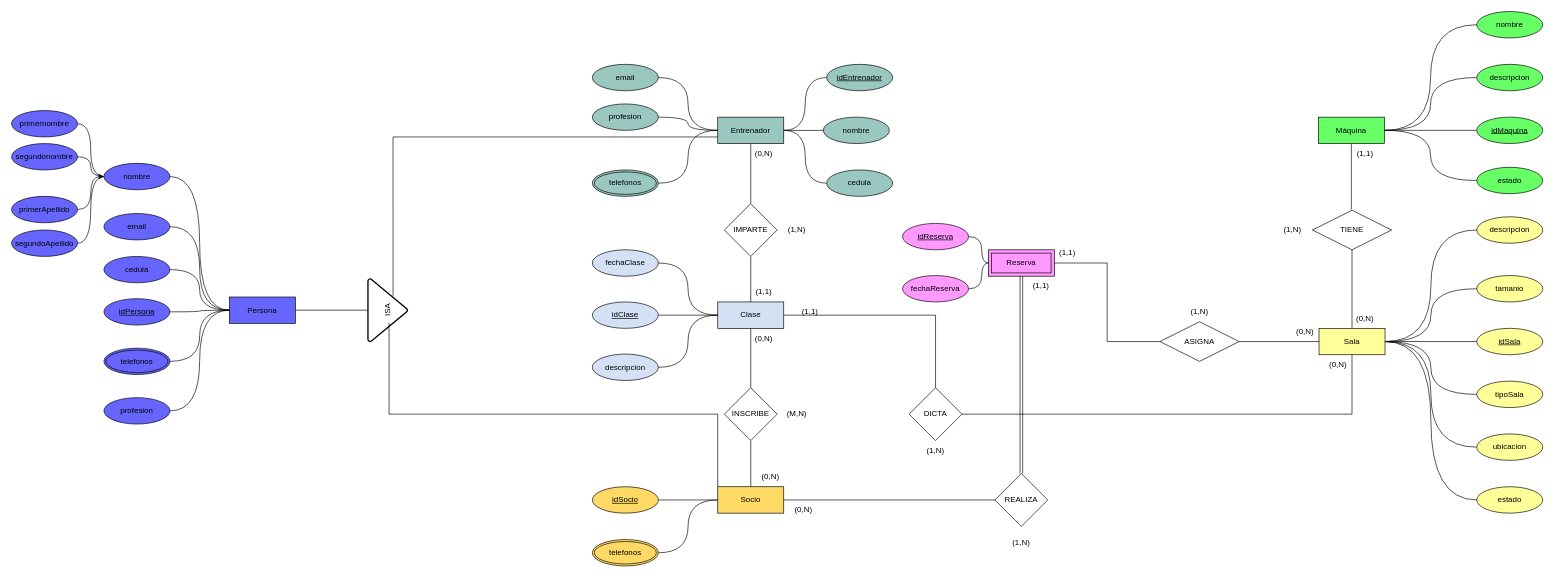
Above: GIMNASIO.drawio in Isa4cc/BASE-DE-DATOS-I-DIAGRAMAS (draw.io), before the change. Source tidied: cells renumbered, new cells numbered last; positions are measured from the earlier drawing's top-left corner, leaving out a move shared by most shapes. Both pictures are drawn from the tidied source at 66%, with x=0, y=0 at pixel (11, 11).
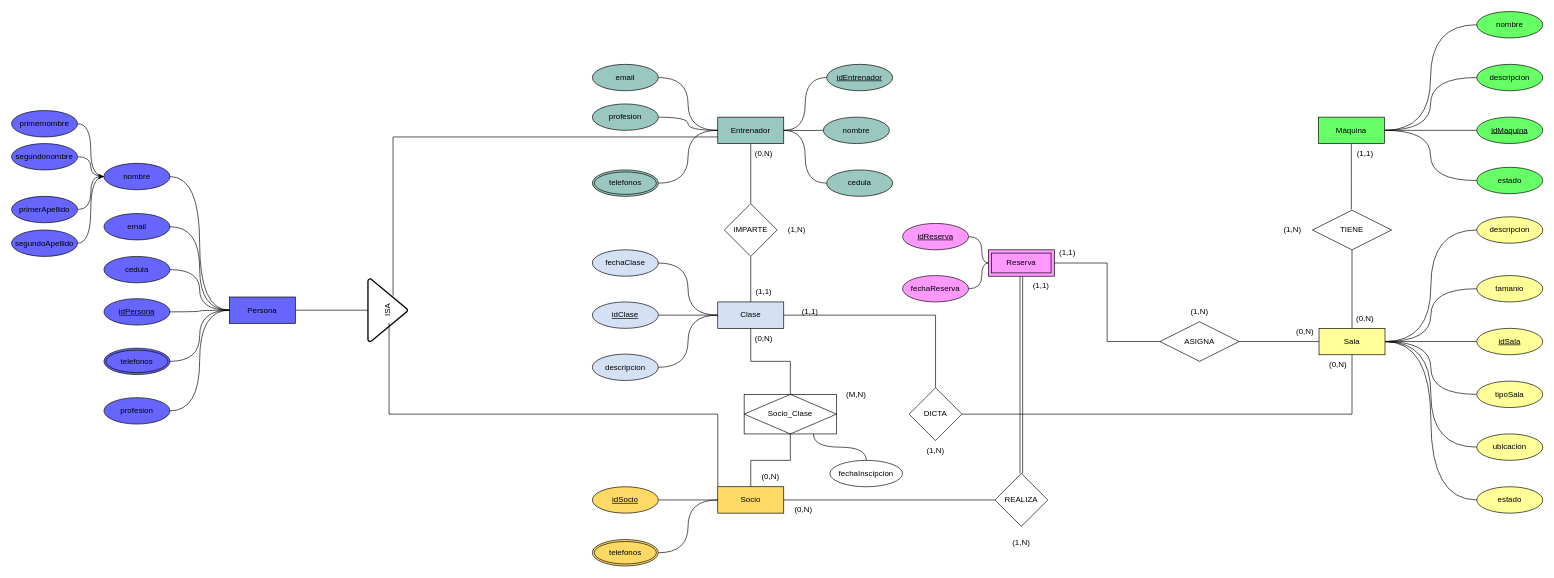
After the change.

Unchanged cells that the change refers to:
```xml
<mxCell id="13" value="Clase" style="whiteSpace=wrap;html=1;align=center;fillColor=light-dark(#D4E1F5,#67AB9F);" parent="1" vertex="1">
  <mxGeometry x="1070" y="440" width="100" height="40" as="geometry" />
</mxCell>
<mxCell id="16" value="Socio" style="whiteSpace=wrap;html=1;align=center;fillColor=light-dark(#FFD966,#0066CC);" parent="1" vertex="1">
  <mxGeometry x="1070" y="720" width="100" height="40" as="geometry" />
</mxCell>
```

The edit, as a diff of the source:
```diff
@@
-    <mxCell id="14" style="edgeStyle=orthogonalEdgeStyle;rounded=0;jettySize=auto;html=1;endArrow=none;endFill=0;" parent="1" edge="1" source="16" target="20">
-      <mxGeometry relative="1" as="geometry" />
+    <mxCell id="14" style="edgeStyle=orthogonalEdgeStyle;rounded=0;jettySize=auto;html=1;endArrow=none;endFill=0;entryX=0.5;entryY=1;entryDx=0;entryDy=0;" parent="1" edge="1" source="16" target="115">
+      <mxGeometry x="-0.5" relative="1" as="geometry" />
     </mxCell>
@@
-    <mxCell id="19" style="edgeStyle=orthogonalEdgeStyle;rounded=0;jettySize=auto;html=1;endArrow=none;endFill=0;" parent="1" edge="1" source="20" target="13">
-      <mxGeometry relative="1" as="geometry" />
+    <mxCell id="19" style="edgeStyle=orthogonalEdgeStyle;rounded=0;jettySize=auto;html=1;endArrow=none;endFill=0;" parent="1" edge="1" source="115" target="13">
+      <mxGeometry x="0.44" relative="1" as="geometry" />
     </mxCell>
-    <mxCell id="20" value="INSCRIBE" style="rhombus;whiteSpace=wrap;html=1;shapeInside=1;" parent="1" vertex="1">
-      <mxGeometry x="1080" y="570" width="80" height="80" as="geometry" />
-    </mxCell>
@@
     <mxCell id="76" value="(M,N)" style="text;html=1;whiteSpace=wrap;strokeColor=none;fillColor=none;align=center;verticalAlign=middle;rounded=0;" parent="1" vertex="1">
-      <mxGeometry x="1160" y="595" width="60" height="30" as="geometry" />
+      <mxGeometry x="1250" y="565" width="60" height="30" as="geometry" />
     </mxCell>
@@
+    <mxCell id="115" value="Socio_Clase" style="shape=associativeEntity;whiteSpace=wrap;html=1;align=center;" parent="1" vertex="1">
+      <mxGeometry x="1110" y="580" width="140" height="60" as="geometry" />
+    </mxCell>
+    <mxCell id="116" style="edgeStyle=orthogonalEdgeStyle;rounded=0;jettySize=auto;html=1;entryX=0.75;entryY=1;entryDx=0;entryDy=0;endArrow=none;endFill=0;curved=1;curveGeometry=1;" parent="1" edge="1" source="117" target="115">
+      <mxGeometry relative="1" as="geometry" />
+    </mxCell>
+    <mxCell id="117" value="fechaInscipcion" style="ellipse;whiteSpace=wrap;html=1;align=center;" parent="1" vertex="1">
+      <mxGeometry x="1240" y="680" width="110" height="40" as="geometry" />
+    </mxCell>
```
